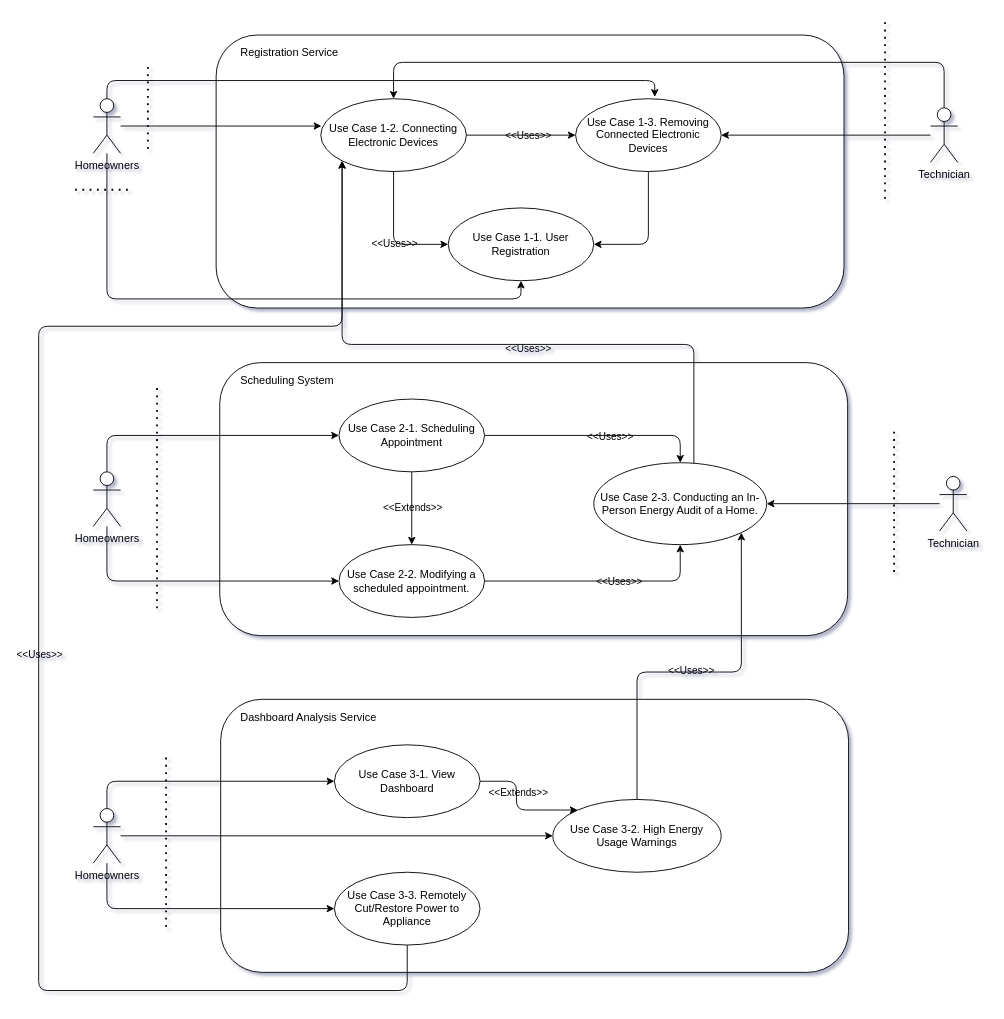
Earlier version of the draw.io diagram Use Case Diagram Milestone 1.drawio (uvic-teach/project-m1-team15). Source tidied: cells renumbered, new cells numbered last; positions are measured from the earlier drawing's top-left corner, leaving out a move shared by most shapes. Both pictures are drawn from the tidied source at 91%, with x=0, y=0 at pixel (38, 16).
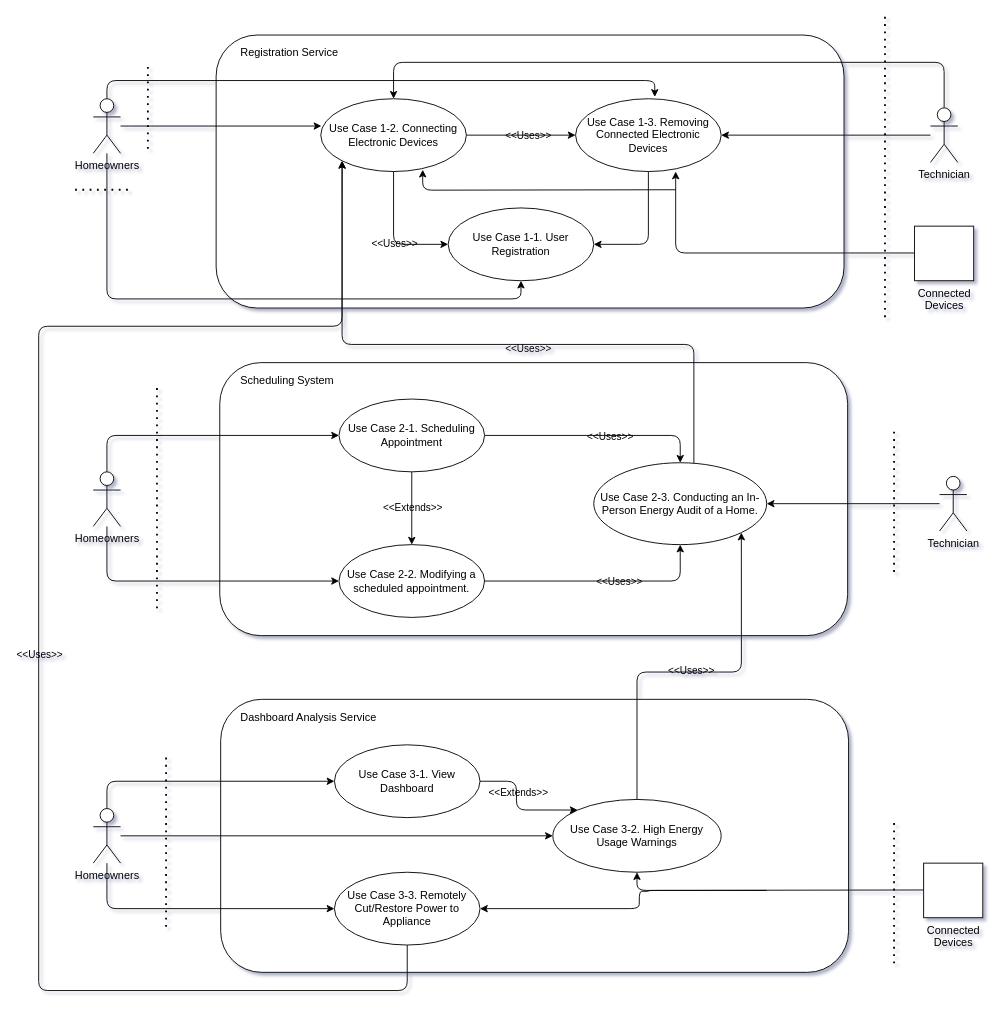
After the change.

Unchanged cells that the change refers to:
```xml
<mxCell id="21" value="Use Case 1-2. Connecting Electronic Devices" style="ellipse;whiteSpace=wrap;html=1;labelBackgroundColor=none;rounded=1;" parent="1" vertex="1">
  <mxGeometry x="310" y="90" width="160" height="80" as="geometry" />
</mxCell>
<mxCell id="29" value="Use Case 3-2. High Energy Usage Warnings" style="ellipse;whiteSpace=wrap;html=1;labelBackgroundColor=none;rounded=1;" parent="1" vertex="1">
  <mxGeometry x="565" y="860" width="185" height="80" as="geometry" />
</mxCell>
<mxCell id="35" value="Use Case 3-3. Remotely Cut/Restore Power to Appliance" style="ellipse;whiteSpace=wrap;html=1;labelBackgroundColor=none;rounded=1;" parent="1" vertex="1">
  <mxGeometry x="325" y="940" width="160" height="80" as="geometry" />
</mxCell>
```

Change to the diagram source:
```diff
@@
-    <mxCell id="42" value="Technician" style="shape=umlActor;verticalLabelPosition=bottom;verticalAlign=top;html=1;outlineConnect=0;labelBackgroundColor=none;rounded=1;" parent="1" vertex="1">
+    <mxCell id="42" value="Technician" style="shape=umlActor;verticalLabelPosition=bottom;verticalAlign=top;html=1;outlineConnect=0;labelBackgroundColor=none;rounded=1;fontFamily=Helvetica;labelPosition=center;align=center;" parent="1" vertex="1">
       <mxGeometry x="980" y="100" width="30" height="60" as="geometry" />
     </mxCell>
@@
     <mxCell id="55" style="endArrow=none;dashed=1;html=1;dashPattern=1 3;strokeWidth=2;rounded=1;labelBackgroundColor=none;fontColor=default;" parent="1" edge="1">
       <mxGeometry relative="1" as="geometry">
-        <mxPoint x="930" y="200" as="sourcePoint" />
+        <mxPoint x="930" y="330" as="sourcePoint" />
         <mxPoint x="930" as="targetPoint" />
       </mxGeometry>
     </mxCell>
@@
+    <mxCell id="58" value="Connected Devices" style="rounded=0;whiteSpace=wrap;html=1;labelPosition=center;verticalLabelPosition=bottom;align=center;verticalAlign=top;" parent="1" vertex="1">
+      <mxGeometry x="962.5" y="230" width="65" height="60" as="geometry" />
+    </mxCell>
+    <mxCell id="59" style="edgeStyle=orthogonalEdgeStyle;rounded=1;orthogonalLoop=1;jettySize=auto;html=1;labelBackgroundColor=none;fontColor=default;" parent="1" edge="1">
+      <mxGeometry relative="1" as="geometry">
+        <mxPoint x="962.5" y="259.5" as="sourcePoint" />
+        <mxPoint x="700" y="170" as="targetPoint" />
+        <Array as="points">
+          <mxPoint x="700" y="260" />
+          <mxPoint x="700" y="170" />
+        </Array>
+      </mxGeometry>
+    </mxCell>
+    <mxCell id="60" style="edgeStyle=orthogonalEdgeStyle;rounded=1;jettySize=auto;html=1;labelBackgroundColor=none;fontColor=default;entryX=0.7;entryY=0.975;entryDx=0;entryDy=0;entryPerimeter=0;" parent="1" edge="1" target="21">
+      <mxGeometry relative="1" as="geometry">
+        <mxPoint x="700" y="190" as="sourcePoint" />
+      </mxGeometry>
+    </mxCell>
+    <mxCell id="61" value="Connected Devices" style="rounded=0;whiteSpace=wrap;html=1;labelPosition=center;verticalLabelPosition=bottom;align=center;verticalAlign=top;" parent="1" vertex="1">
+      <mxGeometry x="972.5" y="930" width="65" height="60" as="geometry" />
+    </mxCell>
+    <mxCell id="62" style="endArrow=none;dashed=1;html=1;dashPattern=1 3;strokeWidth=2;rounded=1;labelBackgroundColor=none;fontColor=default;" parent="1" edge="1">
+      <mxGeometry relative="1" as="geometry">
+        <mxPoint x="940" y="1040" as="sourcePoint" />
+        <mxPoint x="940" y="880" as="targetPoint" />
+      </mxGeometry>
+    </mxCell>
+    <mxCell id="63" style="edgeStyle=orthogonalEdgeStyle;rounded=1;jettySize=auto;html=1;entryX=0.5;entryY=1;entryDx=0;entryDy=0;labelBackgroundColor=none;fontColor=default;" parent="1" edge="1" target="29">
+      <mxGeometry relative="1" as="geometry">
+        <mxPoint x="972.5" y="959.5" as="sourcePoint" />
+      </mxGeometry>
+    </mxCell>
+    <mxCell id="64" style="edgeStyle=orthogonalEdgeStyle;rounded=1;jettySize=auto;html=1;entryX=1;entryY=0.5;entryDx=0;entryDy=0;labelBackgroundColor=none;fontColor=default;" parent="1" edge="1" target="35">
+      <mxGeometry relative="1" as="geometry">
+        <mxPoint x="800" y="960" as="sourcePoint" />
+        <Array as="points">
+          <mxPoint x="670" y="960" />
+          <mxPoint x="670" y="961" />
+          <mxPoint x="660" y="961" />
+          <mxPoint x="660" y="980" />
+        </Array>
+      </mxGeometry>
+    </mxCell>
```
